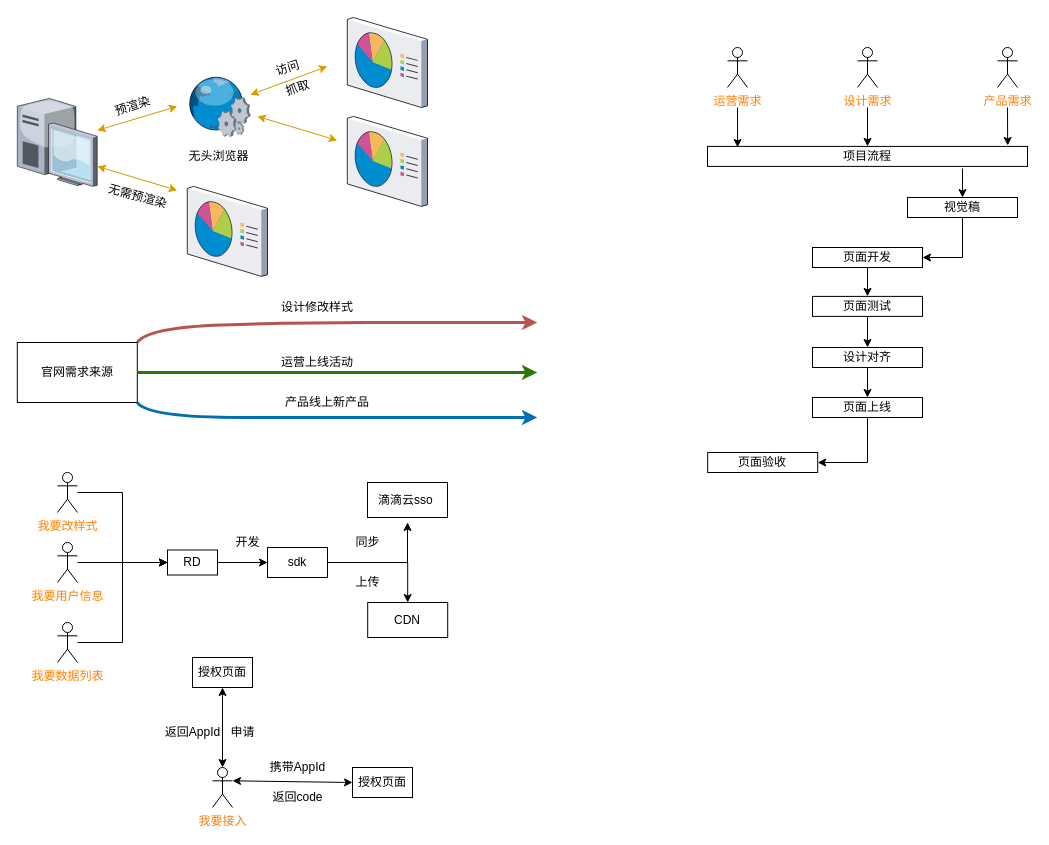
zyx1992/hexoDocs keeps this draw.io diagram as page "Page-1" (1 of 3) of Untitled Diagram.drawio. Above is the earlier version. Source tidied: cells renumbered, new cells numbered last; positions are measured from the earlier drawing's top-left corner, leaving out a move shared by most shapes. Both pictures are drawn from the tidied source at 100%, with x=0, y=0 at pixel (17, 17).
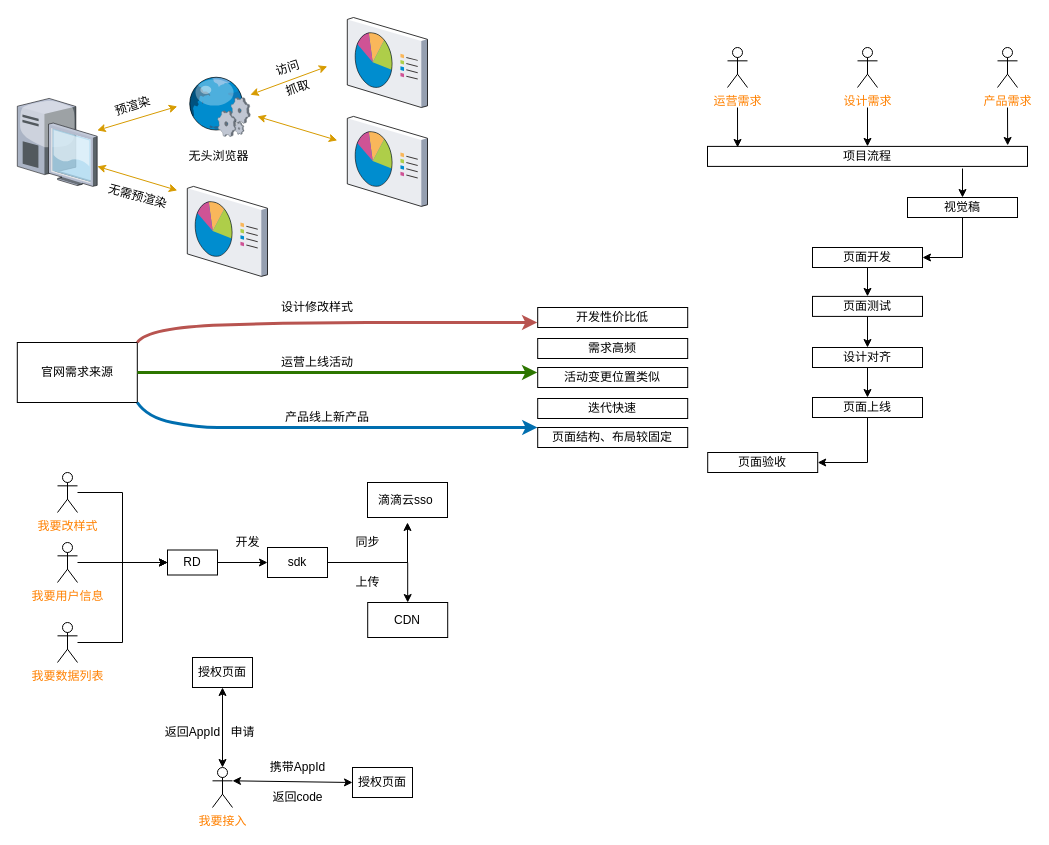
The same page after the edit.

Unchanged cells that the change refers to:
```xml
<mxCell id="60" value="官网需求来源" style="rounded=0;whiteSpace=wrap;html=1;" parent="1" vertex="1">
  <mxGeometry x="-0.2" y="325" width="120" height="60" as="geometry" />
</mxCell>
```

Diff of the diagram source:
```diff
@@
     <mxCell id="63" style="curved=1;endArrow=classic;html=1;exitX=1;exitY=1;exitDx=0;exitDy=0;strokeWidth=3;fillColor=#1ba1e2;strokeColor=#006EAF;" parent="1" edge="1" source="60">
       <mxGeometry relative="1" as="geometry">
-        <mxPoint x="519.8" y="400" as="targetPoint" />
+        <mxPoint x="520" y="410" as="targetPoint" />
         <Array as="points">
           <mxPoint x="129.8" y="400" />
-          <mxPoint x="319.8" y="400" />
+          <mxPoint x="180" y="410" />
+          <mxPoint x="220" y="410" />
+          <mxPoint x="320" y="410" />
         </Array>
       </mxGeometry>
     </mxCell>
@@
     <mxCell id="66" value="产品线上新产品" style="text;html=1;strokeColor=none;fillColor=none;align=center;verticalAlign=middle;whiteSpace=wrap;rounded=0;" parent="1" vertex="1">
-      <mxGeometry x="259.8" y="375" width="100" height="20" as="geometry" />
+      <mxGeometry x="259.8" y="390" width="100" height="20" as="geometry" />
     </mxCell>
+    <mxCell id="67" value="开发性价比低" style="rounded=0;whiteSpace=wrap;html=1;" parent="1" vertex="1">
+      <mxGeometry x="520.2" y="290" width="150" height="20" as="geometry" />
+    </mxCell>
+    <mxCell id="68" value="需求高频" style="rounded=0;whiteSpace=wrap;html=1;" parent="1" vertex="1">
+      <mxGeometry x="520.2" y="321" width="150" height="20" as="geometry" />
+    </mxCell>
+    <mxCell id="69" value="活动变更位置类似" style="rounded=0;whiteSpace=wrap;html=1;" parent="1" vertex="1">
+      <mxGeometry x="520.2" y="350" width="150" height="20" as="geometry" />
+    </mxCell>
+    <mxCell id="70" value="迭代快速" style="rounded=0;whiteSpace=wrap;html=1;" parent="1" vertex="1">
+      <mxGeometry x="520.2" y="381" width="150" height="20" as="geometry" />
+    </mxCell>
+    <mxCell id="71" value="页面结构、布局较固定" style="rounded=0;whiteSpace=wrap;html=1;" parent="1" vertex="1">
+      <mxGeometry x="520.2" y="410" width="150" height="20" as="geometry" />
+    </mxCell>
```
